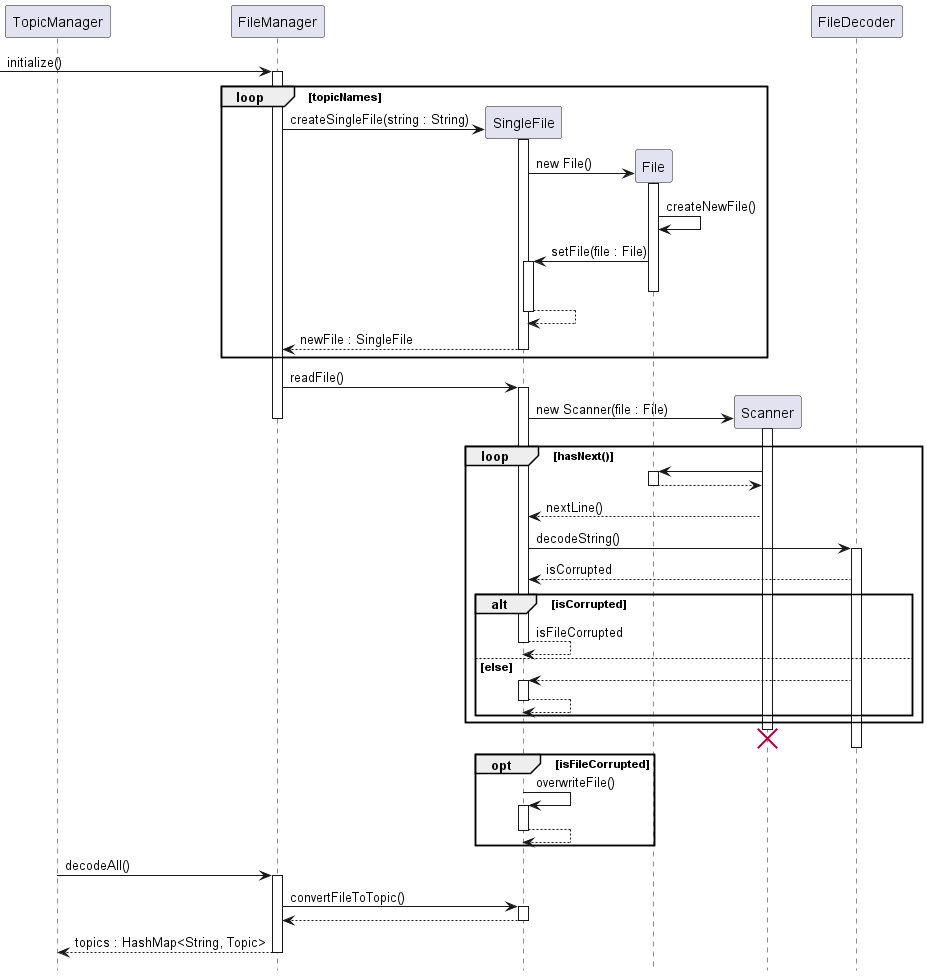
This is docs/sequence-diagrams/diagrams/InitializationFileManager.png from ong-ck/tp, a PlantUML export, as it was before one commit.
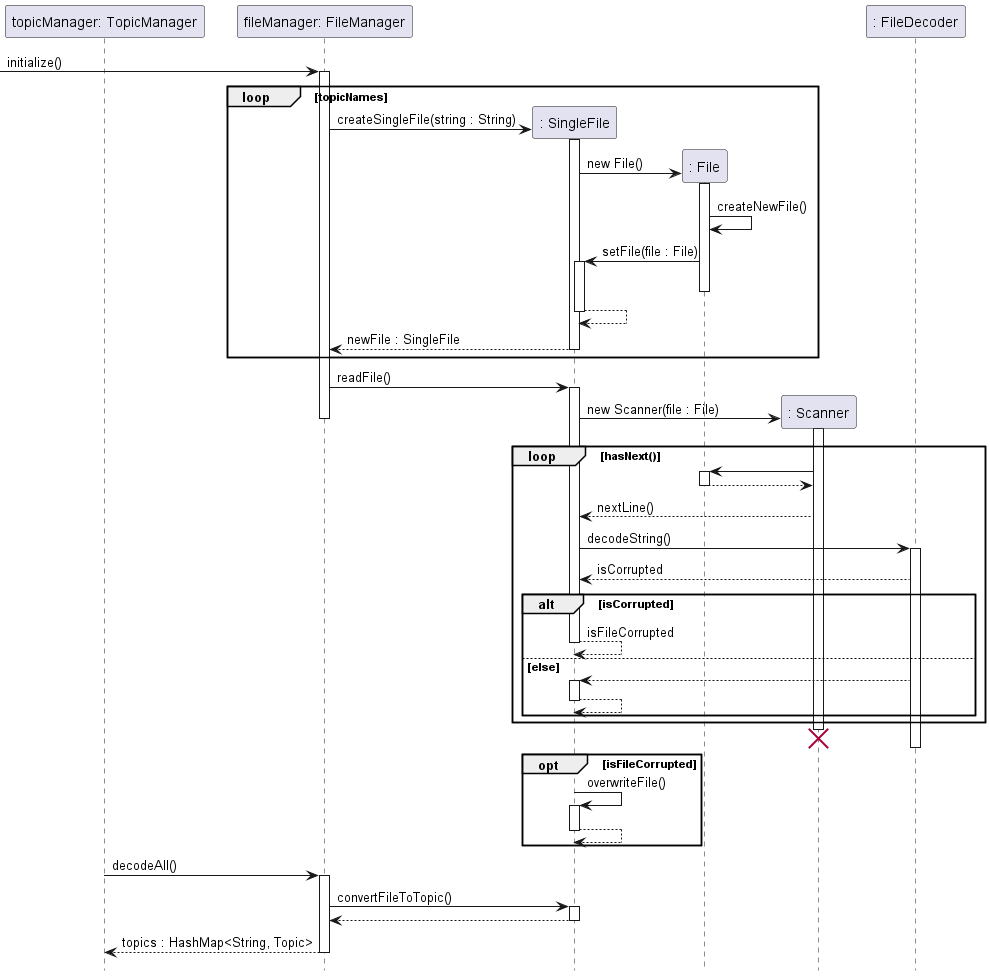
Later version of the same file.

Change to the diagram source:
```diff
@@ -1,12 +1,12 @@
 @startuml
 hide footbox
 
-participant TopicManager as tm
-participant FileManager as fm
-participant SingleFile as sf
-participant File as f
-participant Scanner as s
-participant FileDecoder as fd
+participant "topicManager: TopicManager" as tm
+participant "fileManager: FileManager" as fm
+participant ": SingleFile" as sf
+participant ": File" as f
+participant ": Scanner" as s
+participant ": FileDecoder" as fd
 
 -> fm : initialize()
 activate fm
```
